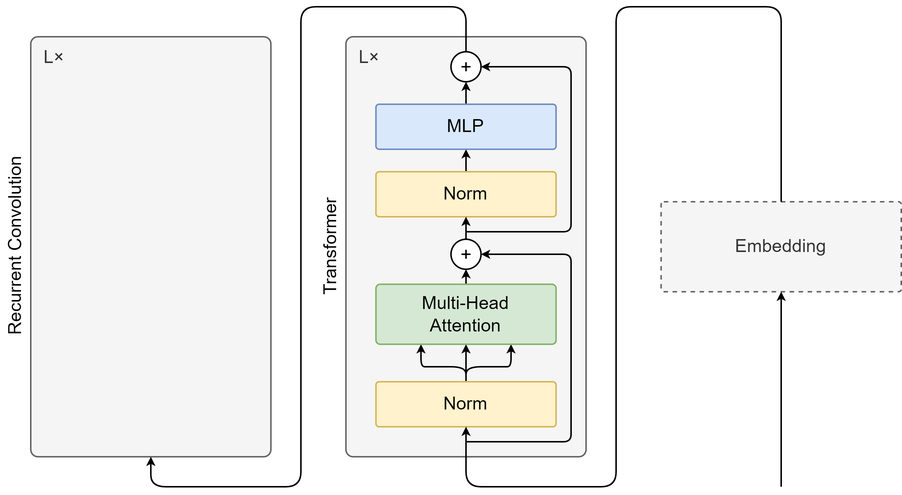
SeyaSchmassmann/wods keeps this draw.io diagram as CvT-RecurrentConvolutions.drawio.png. Above is the earlier version. Source tidied: cells renumbered, new cells last; positions are measured from the earlier drawing's top-left corner, leaving out a move shared by most shapes. The source it was exported from:
```xml
<mxGraphModel>
  <root>
    <mxCell id="0" />
    <mxCell id="1" parent="0" />
    <mxCell id="2" value="Embedding" style="rounded=1;whiteSpace=wrap;html=1;fillColor=#f5f5f5;fontColor=#333333;strokeColor=#666666;arcSize=3;dashed=1;" parent="1" vertex="1">
      <mxGeometry x="440" y="130" width="160" height="60" as="geometry" />
    </mxCell>
    <mxCell id="3" style="edgeStyle=none;html=1;entryX=0.5;entryY=1;entryDx=0;entryDy=0;endSize=3;startSize=3;exitX=0.5;exitY=0;exitDx=0;exitDy=0;" parent="1" edge="1" target="x">
      <mxGeometry relative="1" as="geometry">
        <mxPoint x="520" y="100" as="sourcePoint" />
      </mxGeometry>
    </mxCell>
    <mxCell id="4" style="edgeStyle=none;html=1;entryX=0.5;entryY=1;entryDx=0;entryDy=0;exitX=0.5;exitY=0;exitDx=0;exitDy=0;endSize=3;startSize=3;" parent="1" edge="1" target="x">
      <mxGeometry relative="1" as="geometry">
        <mxPoint x="520" y="145" as="sourcePoint" />
      </mxGeometry>
    </mxCell>
    <mxCell id="5" value="L×" style="rounded=1;whiteSpace=wrap;html=1;fillColor=#f5f5f5;fontColor=#333333;strokeColor=#666666;arcSize=3;verticalAlign=top;align=left;spacingLeft=7;" parent="1" vertex="1">
      <mxGeometry x="230" y="20" width="160" height="280" as="geometry" />
    </mxCell>
    <mxCell id="6" style="edgeStyle=none;html=1;entryX=0.5;entryY=1;entryDx=0;entryDy=0;exitX=0.5;exitY=0;exitDx=0;exitDy=0;startSize=3;endSize=3;" parent="1" edge="1" source="9" target="11">
      <mxGeometry relative="1" as="geometry" />
    </mxCell>
    <mxCell id="7" style="edgeStyle=none;html=1;entryX=0.75;entryY=1;entryDx=0;entryDy=0;exitX=0.5;exitY=0;exitDx=0;exitDy=0;startSize=3;endSize=3;" parent="1" edge="1" source="9" target="11">
      <mxGeometry relative="1" as="geometry">
        <Array as="points">
          <mxPoint x="310" y="240" />
          <mxPoint x="330" y="240" />
          <mxPoint x="340" y="240" />
        </Array>
      </mxGeometry>
    </mxCell>
    <mxCell id="8" style="edgeStyle=none;html=1;entryX=0.25;entryY=1;entryDx=0;entryDy=0;exitX=0.5;exitY=0;exitDx=0;exitDy=0;startSize=3;endSize=3;" parent="1" edge="1" source="9" target="11">
      <mxGeometry relative="1" as="geometry">
        <Array as="points">
          <mxPoint x="310" y="240" />
          <mxPoint x="290" y="240" />
          <mxPoint x="280" y="240" />
        </Array>
      </mxGeometry>
    </mxCell>
    <mxCell id="9" value="Norm" style="rounded=1;whiteSpace=wrap;html=1;fillColor=#fff2cc;strokeColor=#d6b656;arcSize=7;" parent="1" vertex="1">
      <mxGeometry x="250" y="250" width="120" height="30" as="geometry" />
    </mxCell>
    <mxCell id="10" style="edgeStyle=none;html=1;exitX=0.5;exitY=0;exitDx=0;exitDy=0;entryX=0.5;entryY=1;entryDx=0;entryDy=0;endArrow=classic;endFill=1;startSize=3;endSize=3;" parent="1" edge="1" source="11" target="26">
      <mxGeometry relative="1" as="geometry" />
    </mxCell>
    <mxCell id="11" value="Multi-Head&lt;br&gt;Attention" style="rounded=1;whiteSpace=wrap;html=1;fillColor=#d5e8d4;strokeColor=#82b366;arcSize=7;" parent="1" vertex="1">
      <mxGeometry x="250" y="185" width="120" height="40" as="geometry" />
    </mxCell>
    <mxCell id="12" style="edgeStyle=none;html=1;entryX=0.5;entryY=1;entryDx=0;entryDy=0;endArrow=classic;endFill=1;exitX=0.5;exitY=0;exitDx=0;exitDy=0;startSize=3;endSize=3;" parent="1" edge="1" source="13" target="16">
      <mxGeometry relative="1" as="geometry" />
    </mxCell>
    <mxCell id="13" value="Norm" style="rounded=1;whiteSpace=wrap;html=1;fillColor=#fff2cc;strokeColor=#d6b656;arcSize=7;" parent="1" vertex="1">
      <mxGeometry x="250" y="110" width="120" height="30" as="geometry" />
    </mxCell>
    <mxCell id="14" style="edgeStyle=none;html=1;entryX=0.5;entryY=1;entryDx=0;entryDy=0;endArrow=classic;endFill=1;exitX=0.5;exitY=0;exitDx=0;exitDy=0;startSize=3;endSize=3;" parent="1" edge="1" source="26" target="13">
      <mxGeometry relative="1" as="geometry" />
    </mxCell>
    <mxCell id="15" style="edgeStyle=none;html=1;entryX=0.5;entryY=1;entryDx=0;entryDy=0;exitX=0.5;exitY=0;exitDx=0;exitDy=0;endArrow=classic;endFill=1;startSize=3;endSize=3;" parent="1" edge="1" source="16" target="19">
      <mxGeometry relative="1" as="geometry" />
    </mxCell>
    <mxCell id="16" value="MLP" style="rounded=1;whiteSpace=wrap;html=1;fillColor=#dae8fc;strokeColor=#6c8ebf;arcSize=7;" parent="1" vertex="1">
      <mxGeometry x="250" y="65" width="120" height="30" as="geometry" />
    </mxCell>
    <mxCell id="17" style="group;" parent="1" vertex="1">
      <mxGeometry x="300" y="30" width="20" height="20" as="geometry" />
    </mxCell>
    <mxCell id="18" style="group;" parent="17" vertex="1">
      <mxGeometry width="20" height="20" as="geometry" />
    </mxCell>
    <mxCell id="19" style="ellipse;whiteSpace=wrap;html=1;" parent="18" vertex="1">
      <mxGeometry width="20" height="20" as="geometry" />
    </mxCell>
    <mxCell id="20" style="shape=cross;whiteSpace=wrap;html=1;size=0;" parent="18" vertex="1">
      <mxGeometry x="7" y="7" width="6" height="6" as="geometry" />
    </mxCell>
    <mxCell id="21" style="endArrow=classic;html=1;entryX=1;entryY=0.5;entryDx=0;entryDy=0;startSize=3;endSize=3;arcSize=10;" parent="1" edge="1" target="19">
      <mxGeometry relative="1" as="geometry">
        <mxPoint x="310" y="150" as="sourcePoint" />
        <Array as="points">
          <mxPoint x="380" y="150" />
          <mxPoint x="380" y="40" />
        </Array>
      </mxGeometry>
    </mxCell>
    <mxCell id="22" style="edgeStyle=none;html=1;entryX=0.5;entryY=1;entryDx=0;entryDy=0;endSize=3;startSize=3;exitX=0.5;exitY=0;exitDx=0;exitDy=0;" parent="1" edge="1" source="2" target="9">
      <mxGeometry relative="1" as="geometry">
        <Array as="points">
          <mxPoint x="520" />
          <mxPoint x="410" />
          <mxPoint x="410" y="320" />
          <mxPoint x="310" y="320" />
        </Array>
      </mxGeometry>
    </mxCell>
    <mxCell id="23" value="Transformer" style="text;html=1;align=center;verticalAlign=middle;whiteSpace=wrap;rounded=0;horizontal=0;" parent="1" vertex="1">
      <mxGeometry x="210" y="125" width="20" height="70" as="geometry" />
    </mxCell>
    <mxCell id="24" style="endArrow=classic;html=1;entryX=1;entryY=0.5;entryDx=0;entryDy=0;startSize=3;endSize=3;arcSize=10;" parent="1" edge="1" target="26">
      <mxGeometry relative="1" as="geometry">
        <mxPoint x="310" y="290" as="sourcePoint" />
        <Array as="points">
          <mxPoint x="380" y="290" />
          <mxPoint x="380" y="165" />
        </Array>
      </mxGeometry>
    </mxCell>
    <mxCell id="25" style="group;" parent="1" vertex="1">
      <mxGeometry x="300" y="155" width="20" height="20" as="geometry" />
    </mxCell>
    <mxCell id="26" style="ellipse;whiteSpace=wrap;html=1;" parent="25" vertex="1">
      <mxGeometry width="20" height="20" as="geometry" />
    </mxCell>
    <mxCell id="27" style="shape=cross;whiteSpace=wrap;html=1;size=0;" parent="25" vertex="1">
      <mxGeometry x="7" y="7" width="6" height="6" as="geometry" />
    </mxCell>
    <mxCell id="28" style="edgeStyle=none;html=1;startSize=3;endSize=3;entryX=0.5;entryY=1;entryDx=0;entryDy=0;exitX=0.5;exitY=0;exitDx=0;exitDy=0;" parent="1" edge="1" target="x">
      <mxGeometry relative="1" as="geometry">
        <mxPoint x="520" y="190" as="sourcePoint" />
      </mxGeometry>
    </mxCell>
    <mxCell id="29" style="edgeStyle=none;html=1;endSize=3;startSize=3;exitX=0.5;exitY=0;exitDx=0;exitDy=0;entryX=0.5;entryY=1;entryDx=0;entryDy=0;" parent="1" edge="1" target="x">
      <mxGeometry relative="1" as="geometry">
        <mxPoint x="520" y="235" as="sourcePoint" />
      </mxGeometry>
    </mxCell>
    <mxCell id="30" style="edgeStyle=none;html=1;endArrow=none;endFill=0;startArrow=classic;startFill=1;endSize=3;startSize=3;exitX=0.5;exitY=1;exitDx=0;exitDy=0;" parent="1" edge="1" source="2">
      <mxGeometry relative="1" as="geometry">
        <mxPoint x="520" y="320" as="targetPoint" />
      </mxGeometry>
    </mxCell>
    <mxCell id="31" value="L×" style="rounded=1;whiteSpace=wrap;html=1;fillColor=#f5f5f5;fontColor=#333333;strokeColor=#666666;arcSize=3;verticalAlign=top;align=left;spacingLeft=7;" parent="1" vertex="1">
      <mxGeometry x="20" y="20" width="160" height="280" as="geometry" />
    </mxCell>
    <mxCell id="32" value="Recurrent Convolution" style="text;html=1;align=center;verticalAlign=middle;whiteSpace=wrap;rounded=0;horizontal=0;" parent="1" vertex="1">
      <mxGeometry y="92.5" width="20" height="135" as="geometry" />
    </mxCell>
    <mxCell id="33" style="edgeStyle=none;html=1;exitX=0.5;exitY=0;exitDx=0;exitDy=0;endSize=3;startSize=3;entryX=0.5;entryY=1;entryDx=0;entryDy=0;" parent="1" edge="1" source="19" target="31">
      <mxGeometry relative="1" as="geometry">
        <Array as="points">
          <mxPoint x="310" />
          <mxPoint x="200" />
          <mxPoint x="200" y="320" />
          <mxPoint x="100" y="320" />
        </Array>
      </mxGeometry>
    </mxCell>
  </root>
</mxGraphModel>
```
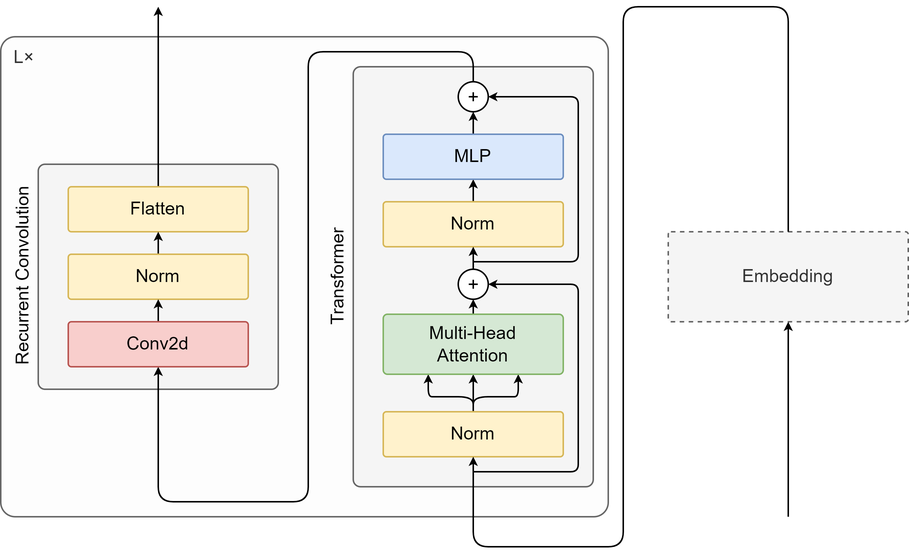
Later version of the same file.

Diff of the diagram source:
```diff
@@ -2,20 +2,26 @@
   <root>
     <mxCell id="0" />
     <mxCell id="1" parent="0" />
+    <mxCell id="31" value="L×" style="rounded=1;whiteSpace=wrap;html=1;arcSize=3;verticalAlign=top;align=left;spacingLeft=7;fillColor=light-dark(#fdfdfd, #1a1a1a);fontColor=#333333;strokeColor=#666666;" parent="1" vertex="1">
+      <mxGeometry x="-5" width="405" height="320" as="geometry" />
+    </mxCell>
+    <mxCell id="34" style="rounded=1;whiteSpace=wrap;html=1;fillColor=#f5f5f5;fontColor=#333333;strokeColor=#666666;arcSize=3;" parent="1" vertex="1">
+      <mxGeometry x="20" y="85" width="160" height="150" as="geometry" />
+    </mxCell>
     <mxCell id="2" value="Embedding" style="rounded=1;whiteSpace=wrap;html=1;fillColor=#f5f5f5;fontColor=#333333;strokeColor=#666666;arcSize=3;dashed=1;" parent="1" vertex="1">
       <mxGeometry x="440" y="130" width="160" height="60" as="geometry" />
     </mxCell>
-    <mxCell id="3" style="edgeStyle=none;html=1;entryX=0.5;entryY=1;entryDx=0;entryDy=0;endSize=3;startSize=3;exitX=0.5;exitY=0;exitDx=0;exitDy=0;" parent="1" edge="1" target="x">
+    <mxCell id="3" style="edgeStyle=none;html=1;entryX=0.5;entryY=1;entryDx=0;entryDy=0;endSize=3;startSize=3;exitX=0.5;exitY=0;exitDx=0;exitDy=0;" parent="1" edge="1">
       <mxGeometry relative="1" as="geometry">
         <mxPoint x="520" y="100" as="sourcePoint" />
       </mxGeometry>
     </mxCell>
-    <mxCell id="4" style="edgeStyle=none;html=1;entryX=0.5;entryY=1;entryDx=0;entryDy=0;exitX=0.5;exitY=0;exitDx=0;exitDy=0;endSize=3;startSize=3;" parent="1" edge="1" target="x">
+    <mxCell id="4" style="edgeStyle=none;html=1;entryX=0.5;entryY=1;entryDx=0;entryDy=0;exitX=0.5;exitY=0;exitDx=0;exitDy=0;endSize=3;startSize=3;" parent="1" edge="1">
       <mxGeometry relative="1" as="geometry">
         <mxPoint x="520" y="145" as="sourcePoint" />
       </mxGeometry>
     </mxCell>
-    <mxCell id="5" value="L×" style="rounded=1;whiteSpace=wrap;html=1;fillColor=#f5f5f5;fontColor=#333333;strokeColor=#666666;arcSize=3;verticalAlign=top;align=left;spacingLeft=7;" parent="1" vertex="1">
+    <mxCell id="5" style="rounded=1;whiteSpace=wrap;html=1;fillColor=#f5f5f5;fontColor=#333333;strokeColor=#666666;arcSize=3;verticalAlign=top;align=left;spacingLeft=7;" parent="1" vertex="1">
       <mxGeometry x="230" y="20" width="160" height="280" as="geometry" />
     </mxCell>
     <mxCell id="6" style="edgeStyle=none;html=1;entryX=0.5;entryY=1;entryDx=0;entryDy=0;exitX=0.5;exitY=0;exitDx=0;exitDy=0;startSize=3;endSize=3;" parent="1" edge="1" source="9" target="11">
@@ -87,10 +93,10 @@
     <mxCell id="22" style="edgeStyle=none;html=1;entryX=0.5;entryY=1;entryDx=0;entryDy=0;endSize=3;startSize=3;exitX=0.5;exitY=0;exitDx=0;exitDy=0;" parent="1" edge="1" source="2" target="9">
       <mxGeometry relative="1" as="geometry">
         <Array as="points">
-          <mxPoint x="520" />
-          <mxPoint x="410" />
-          <mxPoint x="410" y="320" />
-          <mxPoint x="310" y="320" />
+          <mxPoint x="520" y="-20" />
+          <mxPoint x="410" y="-20" />
+          <mxPoint x="410" y="340" />
+          <mxPoint x="310" y="340" />
         </Array>
       </mxGeometry>
     </mxCell>
@@ -115,36 +121,48 @@
     <mxCell id="27" style="shape=cross;whiteSpace=wrap;html=1;size=0;" parent="25" vertex="1">
       <mxGeometry x="7" y="7" width="6" height="6" as="geometry" />
     </mxCell>
-    <mxCell id="28" style="edgeStyle=none;html=1;startSize=3;endSize=3;entryX=0.5;entryY=1;entryDx=0;entryDy=0;exitX=0.5;exitY=0;exitDx=0;exitDy=0;" parent="1" edge="1" target="x">
+    <mxCell id="28" style="edgeStyle=none;html=1;startSize=3;endSize=3;entryX=0.5;entryY=1;entryDx=0;entryDy=0;exitX=0.5;exitY=0;exitDx=0;exitDy=0;" parent="1" edge="1">
       <mxGeometry relative="1" as="geometry">
         <mxPoint x="520" y="190" as="sourcePoint" />
       </mxGeometry>
     </mxCell>
-    <mxCell id="29" style="edgeStyle=none;html=1;endSize=3;startSize=3;exitX=0.5;exitY=0;exitDx=0;exitDy=0;entryX=0.5;entryY=1;entryDx=0;entryDy=0;" parent="1" edge="1" target="x">
-      <mxGeometry relative="1" as="geometry">
-        <mxPoint x="520" y="235" as="sourcePoint" />
-      </mxGeometry>
-    </mxCell>
     <mxCell id="30" style="edgeStyle=none;html=1;endArrow=none;endFill=0;startArrow=classic;startFill=1;endSize=3;startSize=3;exitX=0.5;exitY=1;exitDx=0;exitDy=0;" parent="1" edge="1" source="2">
       <mxGeometry relative="1" as="geometry">
         <mxPoint x="520" y="320" as="targetPoint" />
       </mxGeometry>
     </mxCell>
-    <mxCell id="31" value="L×" style="rounded=1;whiteSpace=wrap;html=1;fillColor=#f5f5f5;fontColor=#333333;strokeColor=#666666;arcSize=3;verticalAlign=top;align=left;spacingLeft=7;" parent="1" vertex="1">
-      <mxGeometry x="20" y="20" width="160" height="280" as="geometry" />
-    </mxCell>
+    <mxCell id="35" style="edgeStyle=none;html=1;exitX=0.5;exitY=0;exitDx=0;exitDy=0;endSize=3;startSize=3;" parent="1" edge="1" source="36">
+      <mxGeometry relative="1" as="geometry">
+        <mxPoint x="100" y="-20" as="targetPoint" />
+      </mxGeometry>
+    </mxCell>
     <mxCell id="32" value="Recurrent Convolution" style="text;html=1;align=center;verticalAlign=middle;whiteSpace=wrap;rounded=0;horizontal=0;" parent="1" vertex="1">
       <mxGeometry y="92.5" width="20" height="135" as="geometry" />
     </mxCell>
-    <mxCell id="33" style="edgeStyle=none;html=1;exitX=0.5;exitY=0;exitDx=0;exitDy=0;endSize=3;startSize=3;entryX=0.5;entryY=1;entryDx=0;entryDy=0;" parent="1" edge="1" source="19" target="31">
+    <mxCell id="33" style="edgeStyle=none;html=1;exitX=0.5;exitY=0;exitDx=0;exitDy=0;endSize=3;startSize=3;entryX=0.5;entryY=1;entryDx=0;entryDy=0;" parent="1" edge="1" source="19" target="40">
       <mxGeometry relative="1" as="geometry">
         <Array as="points">
-          <mxPoint x="310" />
-          <mxPoint x="200" />
-          <mxPoint x="200" y="320" />
-          <mxPoint x="100" y="320" />
+          <mxPoint x="310" y="10" />
+          <mxPoint x="200" y="10" />
+          <mxPoint x="200" y="310" />
+          <mxPoint x="100" y="310" />
         </Array>
       </mxGeometry>
     </mxCell>
+    <mxCell id="36" value="Flatten" style="rounded=1;whiteSpace=wrap;html=1;fillColor=#fff2cc;strokeColor=#d6b656;arcSize=7;" parent="1" vertex="1">
+      <mxGeometry x="40" y="100" width="120" height="30" as="geometry" />
+    </mxCell>
+    <mxCell id="37" style="edgeStyle=none;html=1;startSize=3;endSize=3;" parent="1" edge="1" source="38" target="36">
+      <mxGeometry relative="1" as="geometry" />
+    </mxCell>
+    <mxCell id="38" value="&lt;font style=&quot;color: rgb(0, 0, 0);&quot;&gt;Norm&lt;/font&gt;" style="rounded=1;whiteSpace=wrap;html=1;fillColor=#fff2cc;strokeColor=#d6b656;arcSize=7;" parent="1" vertex="1">
+      <mxGeometry x="40" y="145" width="120" height="30" as="geometry" />
+    </mxCell>
+    <mxCell id="39" style="edgeStyle=none;html=1;endSize=3;startSize=3;" parent="1" edge="1" source="40" target="38">
+      <mxGeometry relative="1" as="geometry" />
+    </mxCell>
+    <mxCell id="40" value="&lt;font style=&quot;color: rgb(0, 0, 0);&quot;&gt;Conv2d&lt;br&gt;&lt;/font&gt;" style="rounded=1;whiteSpace=wrap;html=1;fillColor=#f8cecc;strokeColor=#b85450;arcSize=7;" parent="1" vertex="1">
+      <mxGeometry x="40" y="190" width="120" height="30" as="geometry" />
+    </mxCell>
   </root>
 </mxGraphModel>
```
